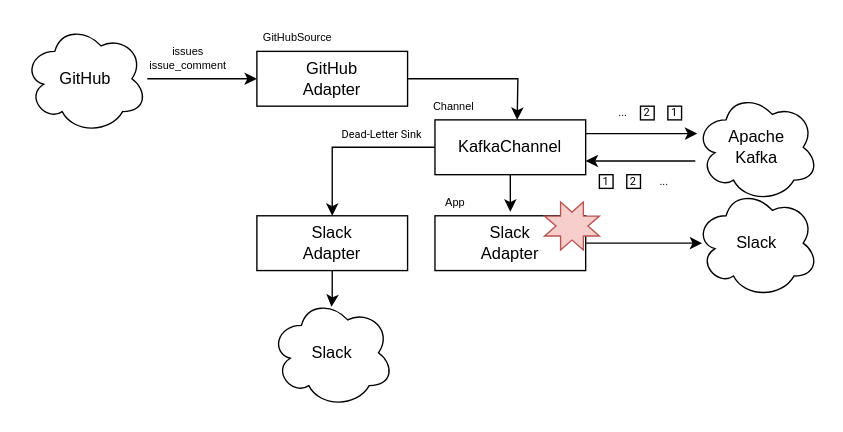
knativecon/demo22 keeps this draw.io diagram as doc/pattern4.drawio. Above is the earlier version. Source tidied: cells renumbered, new cells numbered last; positions are measured from the earlier drawing's top-left corner, leaving out a move shared by most shapes. Both pictures are drawn from the tidied source at 137%, with x=0, y=0 at pixel (23, 23).
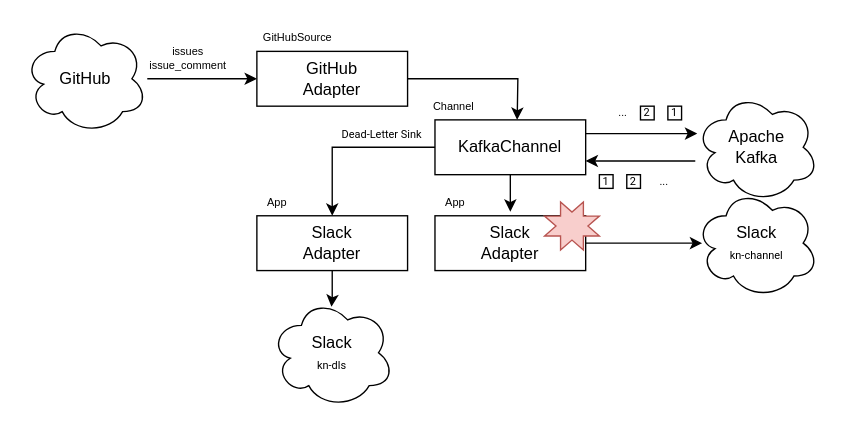
Above is the later version.

Commit message (it also covers changes not shown here):
change slackk channel name

What changed in the source:
```diff
@@
-    <mxCell id="8" value="Slack" style="ellipse;shape=cloud;whiteSpace=wrap;html=1;" parent="1" vertex="1">
+    <mxCell id="8" value="Slack&lt;br style=&quot;font-size: 11px;&quot;&gt;&lt;font face=&quot;roboto&quot;&gt;&lt;span style=&quot;font-size: 8px;&quot;&gt;kn-channel&lt;/span&gt;&lt;/font&gt;" style="ellipse;shape=cloud;whiteSpace=wrap;html=1;" parent="1" vertex="1">
       <mxGeometry x="490" y="120" width="90" height="80" as="geometry" />
     </mxCell>
@@
-    <mxCell id="29" value="Slack" style="ellipse;shape=cloud;whiteSpace=wrap;html=1;" parent="1" vertex="1">
+    <mxCell id="29" value="Slack&lt;br&gt;&lt;span style=&quot;font-family: roboto; font-size: 8px;&quot;&gt;kn-dls&lt;/span&gt;" style="ellipse;shape=cloud;whiteSpace=wrap;html=1;" parent="1" vertex="1">
       <mxGeometry x="180" y="200" width="90" height="80" as="geometry" />
     </mxCell>
+    <mxCell id="30" value="App" style="text;html=1;strokeColor=none;fillColor=none;align=center;verticalAlign=middle;whiteSpace=wrap;rounded=0;fontSize=8;" parent="1" vertex="1">
+      <mxGeometry x="170" y="120" width="30" height="20" as="geometry" />
+    </mxCell>
```
